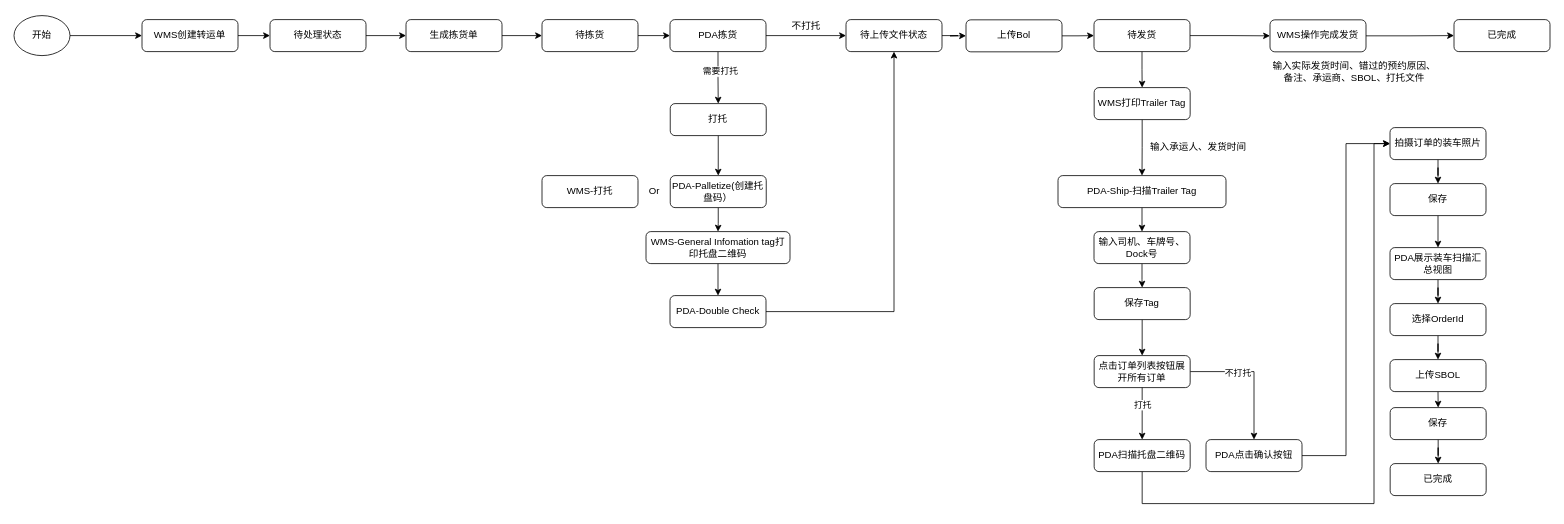
OJBK123/Draws keeps this draw.io diagram as page "转运操作流程" (10 of 10) of 转运流程.drawio. Above is the earlier version. Source tidied: cells renumbered, new cells numbered last; positions are measured from the earlier drawing's top-left corner, leaving out a move shared by most shapes. Both pictures are drawn from the tidied source at 80%, with x=0, y=0 at pixel (14, 14).
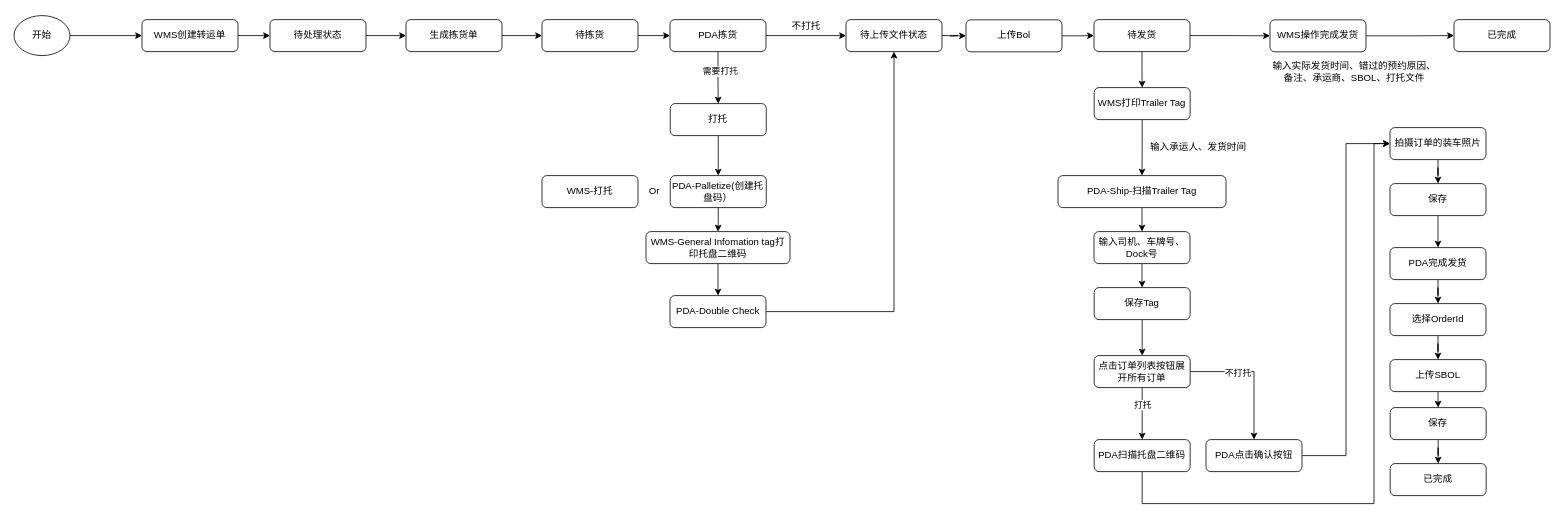
Above is the later version.

Commit message:
更新转运流程.drawio

What changed in the source:
```diff
@@
-    <mxCell id="52" value="PDA展示装车扫描汇总视图" style="rounded=1;whiteSpace=wrap;html=1;fontSize=12;glass=0;strokeWidth=1;shadow=0;" parent="1" vertex="1">
+    <mxCell id="52" value="PDA完成发货" style="rounded=1;whiteSpace=wrap;html=1;fontSize=12;glass=0;strokeWidth=1;shadow=0;" parent="1" vertex="1">
       <mxGeometry x="1720" y="292" width="120" height="40" as="geometry" />
     </mxCell>
```
